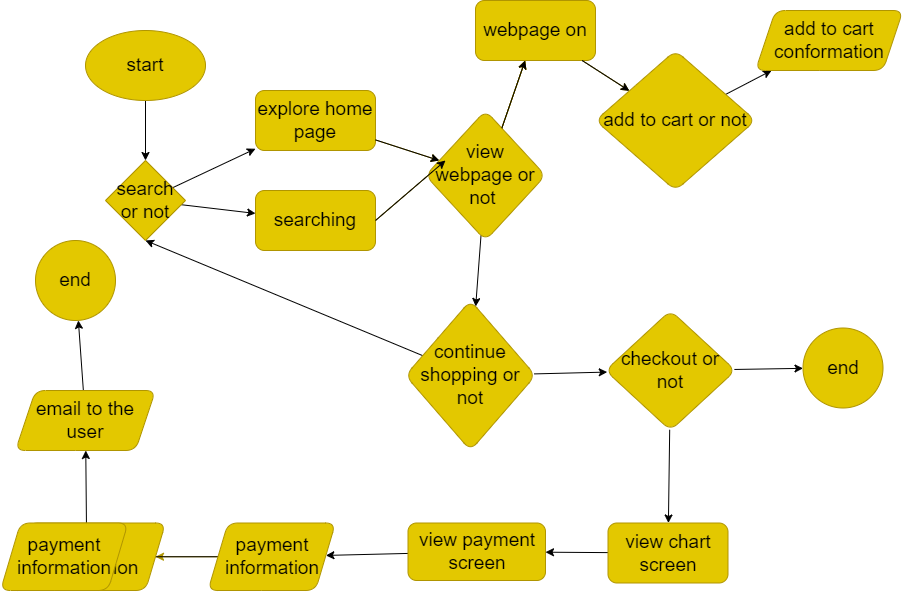
Before: explore/diagramming/diagram.drawio.png, a diagram exported from draw.io (wengthree1cm/fa22-cse110-lab4). Source tidied: cells renumbered, new cells last; positions are measured from the earlier drawing's top-left corner, leaving out a move shared by most shapes. The source it was exported from:
```xml
<mxGraphModel>
  <root>
    <mxCell id="0" />
    <mxCell id="1" parent="0" />
    <mxCell id="2" style="edgeStyle=none;html=1;fontSize=19;" parent="1" edge="1" source="3" target="6">
      <mxGeometry relative="1" as="geometry" />
    </mxCell>
    <mxCell id="3" value="&lt;font style=&quot;font-size: 19px;&quot;&gt;start&lt;/font&gt;" style="ellipse;whiteSpace=wrap;html=1;fillColor=#e3c800;fontColor=#000000;strokeColor=#B09500;" parent="1" vertex="1">
      <mxGeometry x="85" y="30" width="120" height="70" as="geometry" />
    </mxCell>
    <mxCell id="4" style="edgeStyle=none;html=1;fontSize=19;" parent="1" edge="1" source="6" target="8">
      <mxGeometry relative="1" as="geometry" />
    </mxCell>
    <mxCell id="5" style="edgeStyle=none;html=1;fontSize=19;" parent="1" edge="1" source="6" target="10">
      <mxGeometry relative="1" as="geometry" />
    </mxCell>
    <mxCell id="6" value="search or not" style="rhombus;whiteSpace=wrap;html=1;fontSize=19;fillColor=#e3c800;fontColor=#000000;strokeColor=#B09500;" parent="1" vertex="1">
      <mxGeometry x="105" y="160" width="80" height="80" as="geometry" />
    </mxCell>
    <mxCell id="7" style="edgeStyle=none;html=1;fontSize=19;fillColor=#e3c800;strokeColor=#B09500;" parent="1" edge="1" source="8" target="15">
      <mxGeometry relative="1" as="geometry" />
    </mxCell>
    <mxCell id="8" value="explore home page" style="rounded=1;whiteSpace=wrap;html=1;fontSize=19;fillColor=#e3c800;fontColor=#000000;strokeColor=#B09500;" parent="1" vertex="1">
      <mxGeometry x="255" y="90" width="120" height="60" as="geometry" />
    </mxCell>
    <mxCell id="9" style="edgeStyle=none;html=1;exitX=1;exitY=0.5;exitDx=0;exitDy=0;fontSize=19;fillColor=#e3c800;strokeColor=#B09500;" parent="1" edge="1" source="10">
      <mxGeometry relative="1" as="geometry">
        <mxPoint x="445" y="160" as="targetPoint" />
      </mxGeometry>
    </mxCell>
    <mxCell id="10" value="searching" style="rounded=1;whiteSpace=wrap;html=1;fontSize=19;fillColor=#e3c800;fontColor=#000000;strokeColor=#B09500;" parent="1" vertex="1">
      <mxGeometry x="255" y="190" width="120" height="60" as="geometry" />
    </mxCell>
    <mxCell id="11" style="edgeStyle=none;html=1;fontSize=19;fillColor=#e3c800;strokeColor=#B09500;" parent="1" edge="1" source="15" target="20">
      <mxGeometry relative="1" as="geometry" />
    </mxCell>
    <mxCell id="12" style="edgeStyle=none;html=1;fontSize=19;fillColor=#e3c800;strokeColor=#B09500;" parent="1" edge="1" source="15" target="20">
      <mxGeometry relative="1" as="geometry" />
    </mxCell>
    <mxCell id="13" style="edgeStyle=none;html=1;fontSize=19;fillColor=#e3c800;strokeColor=#B09500;" parent="1" edge="1" source="15" target="20">
      <mxGeometry relative="1" as="geometry" />
    </mxCell>
    <mxCell id="14" style="edgeStyle=none;html=1;fontSize=19;" parent="1" edge="1" source="15" target="23">
      <mxGeometry relative="1" as="geometry" />
    </mxCell>
    <mxCell id="15" value="view webpage or not&amp;nbsp;" style="rhombus;whiteSpace=wrap;html=1;fontSize=19;rounded=1;fillColor=#e3c800;fontColor=#000000;strokeColor=#B09500;" parent="1" vertex="1">
      <mxGeometry x="425" y="110" width="120" height="130" as="geometry" />
    </mxCell>
    <mxCell id="16" style="edgeStyle=none;html=1;fontSize=19;" parent="1" edge="1" source="17" target="18">
      <mxGeometry relative="1" as="geometry" />
    </mxCell>
    <mxCell id="17" value="add to cart or not" style="rhombus;whiteSpace=wrap;html=1;fontSize=19;rounded=1;fillColor=#e3c800;fontColor=#000000;strokeColor=#B09500;" parent="1" vertex="1">
      <mxGeometry x="595" y="50" width="160" height="140" as="geometry" />
    </mxCell>
    <mxCell id="18" value="add to cart conformation" style="shape=parallelogram;perimeter=parallelogramPerimeter;whiteSpace=wrap;html=1;fixedSize=1;fontSize=19;rounded=1;fillColor=#e3c800;fontColor=#000000;strokeColor=#B09500;" parent="1" vertex="1">
      <mxGeometry x="755" y="10" width="147.5" height="60" as="geometry" />
    </mxCell>
    <mxCell id="19" style="edgeStyle=none;html=1;fontSize=19;fillColor=#e3c800;strokeColor=#B09500;" parent="1" edge="1" source="20" target="17">
      <mxGeometry relative="1" as="geometry" />
    </mxCell>
    <mxCell id="20" value="webpage on" style="whiteSpace=wrap;html=1;fontSize=19;rounded=1;fillColor=#e3c800;fontColor=#000000;strokeColor=#B09500;" parent="1" vertex="1">
      <mxGeometry x="475" width="120" height="60" as="geometry" />
    </mxCell>
    <mxCell id="21" style="edgeStyle=none;html=1;entryX=0.5;entryY=1;entryDx=0;entryDy=0;fontSize=19;" parent="1" edge="1" source="23" target="6">
      <mxGeometry relative="1" as="geometry" />
    </mxCell>
    <mxCell id="22" style="edgeStyle=none;html=1;fontSize=19;" parent="1" edge="1" source="23" target="26">
      <mxGeometry relative="1" as="geometry" />
    </mxCell>
    <mxCell id="23" value="continue shopping or not" style="rhombus;whiteSpace=wrap;html=1;fontSize=19;rounded=1;fillColor=#e3c800;fontColor=#000000;strokeColor=#B09500;" parent="1" vertex="1">
      <mxGeometry x="405" y="300" width="130" height="150" as="geometry" />
    </mxCell>
    <mxCell id="24" style="edgeStyle=none;html=1;fontSize=19;" parent="1" edge="1" source="26" target="27">
      <mxGeometry relative="1" as="geometry" />
    </mxCell>
    <mxCell id="25" style="edgeStyle=none;html=1;fontSize=19;" parent="1" edge="1" source="26" target="29">
      <mxGeometry relative="1" as="geometry" />
    </mxCell>
    <mxCell id="26" value="checkout or not" style="rhombus;whiteSpace=wrap;html=1;fontSize=19;rounded=1;fillColor=#e3c800;fontColor=#000000;strokeColor=#B09500;" parent="1" vertex="1">
      <mxGeometry x="605" y="310" width="130" height="120" as="geometry" />
    </mxCell>
    <mxCell id="27" value="end" style="ellipse;whiteSpace=wrap;html=1;fontSize=19;rounded=1;fillColor=#e3c800;fontColor=#000000;strokeColor=#B09500;" parent="1" vertex="1">
      <mxGeometry x="802.5" y="327.5" width="80" height="80" as="geometry" />
    </mxCell>
    <mxCell id="28" style="edgeStyle=none;html=1;fontSize=19;" parent="1" edge="1" source="29" target="31">
      <mxGeometry relative="1" as="geometry" />
    </mxCell>
    <mxCell id="29" value="view chart screen" style="whiteSpace=wrap;html=1;fontSize=19;rounded=1;fillColor=#e3c800;fontColor=#000000;strokeColor=#B09500;" parent="1" vertex="1">
      <mxGeometry x="607.5" y="522.5" width="120" height="60" as="geometry" />
    </mxCell>
    <mxCell id="30" style="edgeStyle=none;html=1;fontSize=19;" parent="1" edge="1" source="31" target="34">
      <mxGeometry relative="1" as="geometry" />
    </mxCell>
    <mxCell id="31" value="view payment screen" style="whiteSpace=wrap;html=1;fontSize=19;rounded=1;fillColor=#e3c800;fontColor=#000000;strokeColor=#B09500;" parent="1" vertex="1">
      <mxGeometry x="407.5" y="522.5" width="137.5" height="57.5" as="geometry" />
    </mxCell>
    <mxCell id="32" style="edgeStyle=none;html=1;fontSize=19;fillColor=#e3c800;strokeColor=#B09500;" parent="1" edge="1" source="34" target="36">
      <mxGeometry relative="1" as="geometry" />
    </mxCell>
    <mxCell id="33" style="edgeStyle=none;html=1;fontSize=19;" parent="1" edge="1" source="34" target="44">
      <mxGeometry relative="1" as="geometry" />
    </mxCell>
    <mxCell id="34" value="payment information" style="shape=parallelogram;perimeter=parallelogramPerimeter;whiteSpace=wrap;html=1;fixedSize=1;fontSize=19;rounded=1;fillColor=#e3c800;fontColor=#000000;strokeColor=#B09500;" parent="1" vertex="1">
      <mxGeometry x="207.5" y="522.5" width="127.5" height="67.5" as="geometry" />
    </mxCell>
    <mxCell id="35" style="edgeStyle=none;html=1;fontSize=19;" parent="1" edge="1" source="36" target="38">
      <mxGeometry relative="1" as="geometry" />
    </mxCell>
    <mxCell id="36" value="order conformation&amp;nbsp;" style="shape=parallelogram;perimeter=parallelogramPerimeter;whiteSpace=wrap;html=1;fixedSize=1;fontSize=19;rounded=1;fillColor=#e3c800;fontColor=#000000;strokeColor=#B09500;" parent="1" vertex="1">
      <mxGeometry x="7.5" y="522.5" width="157.5" height="67.5" as="geometry" />
    </mxCell>
    <mxCell id="37" style="edgeStyle=none;html=1;fontSize=19;" parent="1" edge="1" source="38" target="39">
      <mxGeometry relative="1" as="geometry" />
    </mxCell>
    <mxCell id="38" value="email to the user" style="shape=parallelogram;perimeter=parallelogramPerimeter;whiteSpace=wrap;html=1;fixedSize=1;fontSize=19;rounded=1;fillColor=#e3c800;fontColor=#000000;strokeColor=#B09500;" parent="1" vertex="1">
      <mxGeometry x="15" y="390" width="140" height="60" as="geometry" />
    </mxCell>
    <mxCell id="39" value="end" style="ellipse;whiteSpace=wrap;html=1;fontSize=19;rounded=1;fillColor=#e3c800;fontColor=#000000;strokeColor=#B09500;" parent="1" vertex="1">
      <mxGeometry x="35" y="240" width="80" height="80" as="geometry" />
    </mxCell>
    <mxCell id="40" style="edgeStyle=none;html=1;exitX=1;exitY=0.5;exitDx=0;exitDy=0;fontSize=19;" parent="1" edge="1">
      <mxGeometry relative="1" as="geometry">
        <mxPoint x="375" y="220" as="sourcePoint" />
        <mxPoint x="445" y="160" as="targetPoint" />
      </mxGeometry>
    </mxCell>
    <mxCell id="41" style="edgeStyle=none;html=1;fontSize=19;" parent="1" edge="1">
      <mxGeometry relative="1" as="geometry">
        <mxPoint x="375" y="139.4" as="sourcePoint" />
        <mxPoint x="438.8" y="160.1" as="targetPoint" />
      </mxGeometry>
    </mxCell>
    <mxCell id="42" style="edgeStyle=none;html=1;fontSize=19;" parent="1" edge="1">
      <mxGeometry relative="1" as="geometry">
        <mxPoint x="501.3" y="127.7" as="sourcePoint" />
        <mxPoint x="524.7" y="60" as="targetPoint" />
      </mxGeometry>
    </mxCell>
    <mxCell id="43" style="edgeStyle=none;html=1;fontSize=19;" parent="1" edge="1">
      <mxGeometry relative="1" as="geometry">
        <mxPoint x="581.7" y="60" as="sourcePoint" />
        <mxPoint x="628.9" y="90.4" as="targetPoint" />
      </mxGeometry>
    </mxCell>
    <mxCell id="44" value="payment information" style="shape=parallelogram;perimeter=parallelogramPerimeter;whiteSpace=wrap;html=1;fixedSize=1;fontSize=19;rounded=1;fillColor=#e3c800;fontColor=#000000;strokeColor=#B09500;" parent="1" vertex="1">
      <mxGeometry y="522.5" width="127.5" height="67.5" as="geometry" />
    </mxCell>
  </root>
</mxGraphModel>
```
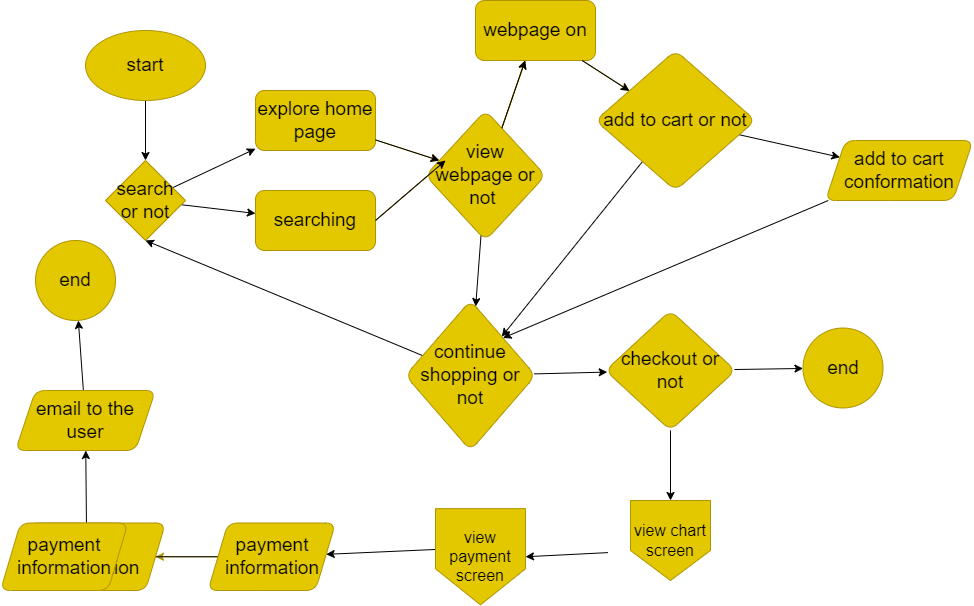
After the commit.

Diff of the diagram source:
```diff
@@ -49,11 +49,17 @@
     <mxCell id="16" style="edgeStyle=none;html=1;fontSize=19;" parent="1" edge="1" source="17" target="18">
       <mxGeometry relative="1" as="geometry" />
     </mxCell>
+    <mxCell id="45" style="edgeStyle=none;html=1;" parent="1" edge="1" source="17" target="23">
+      <mxGeometry relative="1" as="geometry" />
+    </mxCell>
     <mxCell id="17" value="add to cart or not" style="rhombus;whiteSpace=wrap;html=1;fontSize=19;rounded=1;fillColor=#e3c800;fontColor=#000000;strokeColor=#B09500;" parent="1" vertex="1">
       <mxGeometry x="595" y="50" width="160" height="140" as="geometry" />
     </mxCell>
+    <mxCell id="46" style="edgeStyle=none;html=1;entryX=1;entryY=0;entryDx=0;entryDy=0;" parent="1" edge="1" source="18" target="23">
+      <mxGeometry relative="1" as="geometry" />
+    </mxCell>
     <mxCell id="18" value="add to cart conformation" style="shape=parallelogram;perimeter=parallelogramPerimeter;whiteSpace=wrap;html=1;fixedSize=1;fontSize=19;rounded=1;fillColor=#e3c800;fontColor=#000000;strokeColor=#B09500;" parent="1" vertex="1">
-      <mxGeometry x="755" y="10" width="147.5" height="60" as="geometry" />
+      <mxGeometry x="825" y="140" width="147.5" height="60" as="geometry" />
     </mxCell>
     <mxCell id="19" style="edgeStyle=none;html=1;fontSize=19;fillColor=#e3c800;strokeColor=#B09500;" parent="1" edge="1" source="20" target="17">
       <mxGeometry relative="1" as="geometry" />
@@ -73,7 +79,7 @@
     <mxCell id="24" style="edgeStyle=none;html=1;fontSize=19;" parent="1" edge="1" source="26" target="27">
       <mxGeometry relative="1" as="geometry" />
     </mxCell>
-    <mxCell id="25" style="edgeStyle=none;html=1;fontSize=19;" parent="1" edge="1" source="26" target="29">
+    <mxCell id="25" style="edgeStyle=none;html=1;" parent="1" edge="1" source="26" target="29">
       <mxGeometry relative="1" as="geometry" />
     </mxCell>
     <mxCell id="26" value="checkout or not" style="rhombus;whiteSpace=wrap;html=1;fontSize=19;rounded=1;fillColor=#e3c800;fontColor=#000000;strokeColor=#B09500;" parent="1" vertex="1">
@@ -82,18 +88,14 @@
     <mxCell id="27" value="end" style="ellipse;whiteSpace=wrap;html=1;fontSize=19;rounded=1;fillColor=#e3c800;fontColor=#000000;strokeColor=#B09500;" parent="1" vertex="1">
       <mxGeometry x="802.5" y="327.5" width="80" height="80" as="geometry" />
     </mxCell>
-    <mxCell id="28" style="edgeStyle=none;html=1;fontSize=19;" parent="1" edge="1" source="29" target="31">
-      <mxGeometry relative="1" as="geometry" />
+    <mxCell id="28" style="edgeStyle=none;html=1;fontSize=19;entryX=1;entryY=0.5;entryDx=0;entryDy=0;" parent="1" edge="1" target="31">
+      <mxGeometry relative="1" as="geometry">
+        <mxPoint x="607.5" y="552.1" as="sourcePoint" />
+      </mxGeometry>
     </mxCell>
-    <mxCell id="29" value="view chart screen" style="whiteSpace=wrap;html=1;fontSize=19;rounded=1;fillColor=#e3c800;fontColor=#000000;strokeColor=#B09500;" parent="1" vertex="1">
-      <mxGeometry x="607.5" y="522.5" width="120" height="60" as="geometry" />
-    </mxCell>
-    <mxCell id="30" style="edgeStyle=none;html=1;fontSize=19;" parent="1" edge="1" source="31" target="34">
+    <mxCell id="30" style="edgeStyle=none;html=1;fontSize=19;exitX=0.009;exitY=0.424;exitDx=0;exitDy=0;exitPerimeter=0;" parent="1" edge="1" source="31" target="34">
       <mxGeometry relative="1" as="geometry" />
     </mxCell>
-    <mxCell id="31" value="view payment screen" style="whiteSpace=wrap;html=1;fontSize=19;rounded=1;fillColor=#e3c800;fontColor=#000000;strokeColor=#B09500;" parent="1" vertex="1">
-      <mxGeometry x="407.5" y="522.5" width="137.5" height="57.5" as="geometry" />
-    </mxCell>
     <mxCell id="32" style="edgeStyle=none;html=1;fontSize=19;fillColor=#e3c800;strokeColor=#B09500;" parent="1" edge="1" source="34" target="36">
       <mxGeometry relative="1" as="geometry" />
     </mxCell>
@@ -145,5 +147,11 @@
     <mxCell id="44" value="payment information" style="shape=parallelogram;perimeter=parallelogramPerimeter;whiteSpace=wrap;html=1;fixedSize=1;fontSize=19;rounded=1;fillColor=#e3c800;fontColor=#000000;strokeColor=#B09500;" parent="1" vertex="1">
       <mxGeometry y="522.5" width="127.5" height="67.5" as="geometry" />
     </mxCell>
+    <mxCell id="29" value="&lt;font style=&quot;font-size: 16px;&quot;&gt;view chart screen&lt;/font&gt;" style="shape=offPageConnector;whiteSpace=wrap;html=1;fillColor=#e3c800;fontColor=#000000;strokeColor=#B09500;" parent="1" vertex="1">
+      <mxGeometry x="630" y="500" width="80" height="80" as="geometry" />
+    </mxCell>
+    <mxCell id="31" value="view payment screen" style="shape=offPageConnector;whiteSpace=wrap;html=1;fontSize=16;fillColor=#e3c800;fontColor=#000000;strokeColor=#B09500;" parent="1" vertex="1">
+      <mxGeometry x="435" y="508.1" width="90" height="96.2" as="geometry" />
+    </mxCell>
   </root>
 </mxGraphModel>
```
